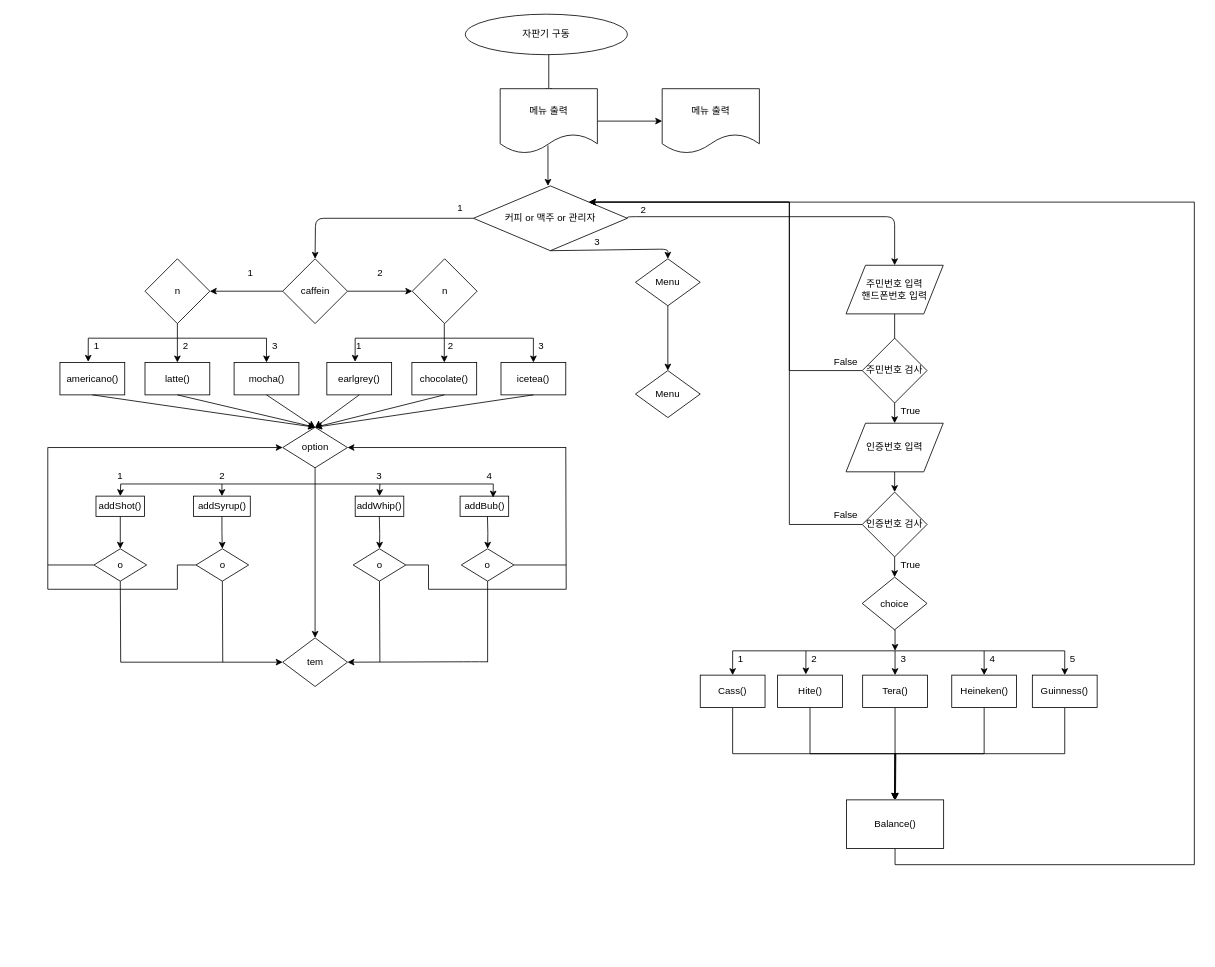
Earlier version of the draw.io diagram Untitled Diagram.drawio (cch0618/bank-System-java-). Source tidied: cells renumbered, new cells numbered last; positions are measured from the earlier drawing's top-left corner, leaving out a move shared by most shapes. Both pictures are drawn from the tidied source at 81%, with x=0, y=0 at pixel (47, 14).
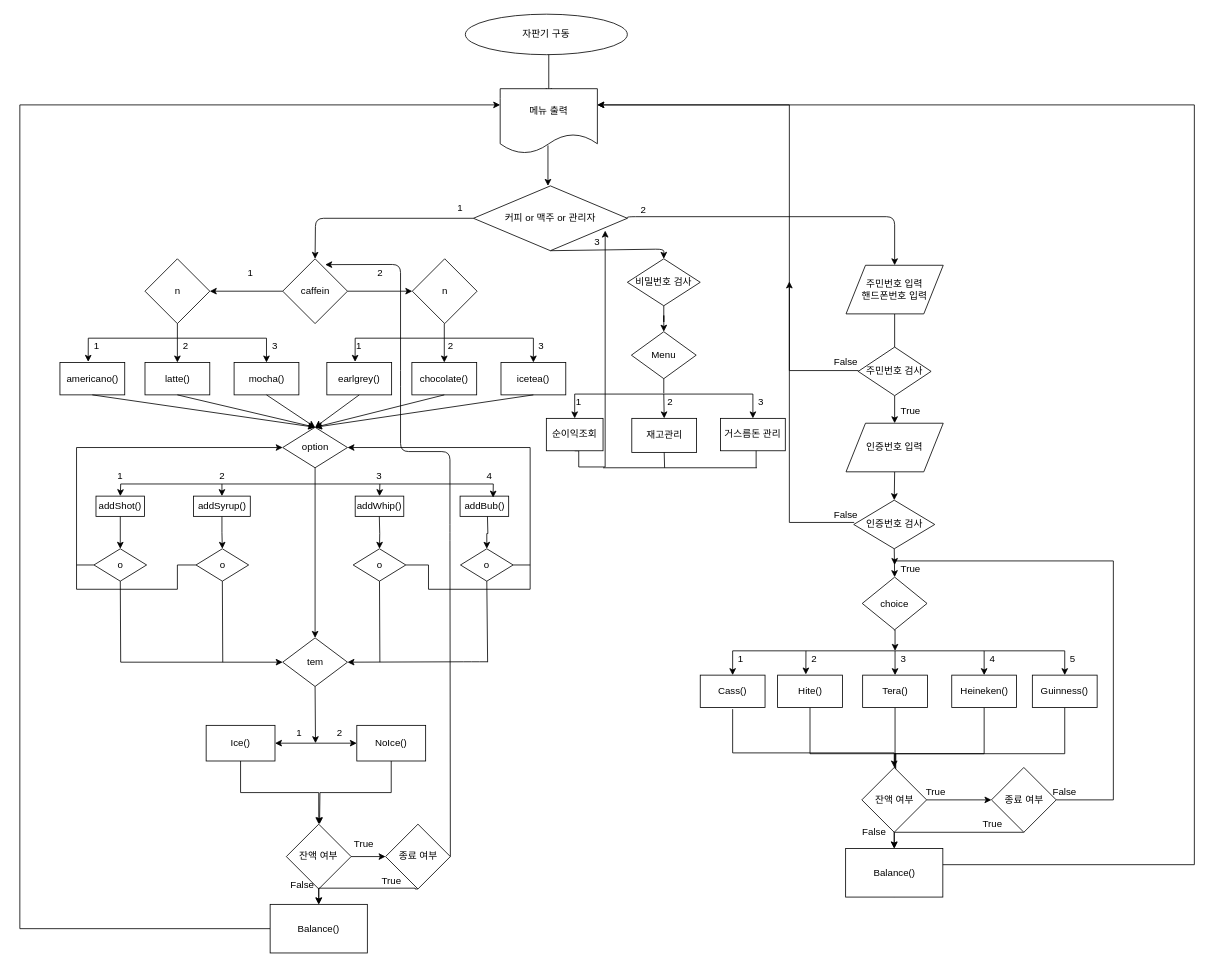
The same diagram, later.

The change refers to these unchanged cells:
```xml
<mxCell id="6" value="메뉴 출력" style="shape=document;whiteSpace=wrap;html=1;boundedLbl=1;" parent="1" vertex="1">
  <mxGeometry x="559" y="92" width="120" height="80" as="geometry" />
</mxCell>
<mxCell id="8" value="커피 or 맥주 or 관리자" style="rhombus;whiteSpace=wrap;html=1;" parent="1" vertex="1">
  <mxGeometry x="526" y="212" width="190" height="80" as="geometry" />
</mxCell>
<mxCell id="16" value="caffein" style="rhombus;whiteSpace=wrap;html=1;" parent="1" vertex="1">
  <mxGeometry x="290.5" y="302" width="80" height="80" as="geometry" />
</mxCell>
<mxCell id="37" value="option" style="rhombus;whiteSpace=wrap;html=1;" parent="1" vertex="1">
  <mxGeometry x="290.5" y="510" width="80" height="50" as="geometry" />
</mxCell>
<mxCell id="56" value="tem" style="rhombus;whiteSpace=wrap;html=1;" parent="1" vertex="1">
  <mxGeometry x="290.5" y="770" width="80" height="60" as="geometry" />
</mxCell>
<mxCell id="67" value="o" style="rhombus;whiteSpace=wrap;html=1;" parent="1" vertex="1">
  <mxGeometry x="57.5" y="660" width="65" height="40" as="geometry" />
</mxCell>
<mxCell id="109" value="False" style="text;html=1;strokeColor=none;fillColor=none;align=center;verticalAlign=middle;whiteSpace=wrap;rounded=0;" parent="1" vertex="1">
  <mxGeometry x="966" y="607.5" width="40" height="20" as="geometry" />
</mxCell>
<mxCell id="130" value="Cass()" style="rounded=0;whiteSpace=wrap;html=1;" parent="1" vertex="1">
  <mxGeometry x="806" y="816" width="80" height="40" as="geometry" />
</mxCell>
```

Change to the diagram source:
```diff
@@
-    <mxCell id="5" style="edgeStyle=orthogonalEdgeStyle;rounded=0;jettySize=auto;html=1;" parent="1" edge="1" source="6" target="7">
-      <mxGeometry relative="1" as="geometry" />
-    </mxCell>
@@
-    <mxCell id="7" value="메뉴 출력" style="shape=document;whiteSpace=wrap;html=1;boundedLbl=1;" parent="1" vertex="1">
-      <mxGeometry x="759" y="92" width="120" height="80" as="geometry" />
-    </mxCell>
@@
     <mxCell id="72" value="o" style="rhombus;whiteSpace=wrap;html=1;" parent="1" vertex="1">
-      <mxGeometry x="511" y="660" width="65" height="40" as="geometry" />
+      <mxGeometry x="510" y="660" width="65" height="40" as="geometry" />
     </mxCell>
     <mxCell id="73" style="endArrow=none;html=1;" parent="1" edge="1">
       <mxGeometry relative="1" as="geometry">
-        <mxPoint x="0.5" y="680" as="sourcePoint" />
-        <mxPoint x="0.5" y="535" as="targetPoint" />
+        <mxPoint x="36" y="680" as="sourcePoint" />
+        <mxPoint x="36" y="535" as="targetPoint" />
       </mxGeometry>
     </mxCell>
     <mxCell id="74" style="endArrow=none;html=1;entryX=0;entryY=0.5;entryDx=0;entryDy=0;" parent="1" edge="1" target="67">
       <mxGeometry relative="1" as="geometry">
-        <mxPoint x="0.5" y="680" as="sourcePoint" />
+        <mxPoint x="36" y="680" as="sourcePoint" />
       </mxGeometry>
     </mxCell>
@@
     <mxCell id="77" style="endArrow=none;html=1;" parent="1" edge="1">
       <mxGeometry relative="1" as="geometry">
-        <mxPoint x="0.5" y="710" as="sourcePoint" />
+        <mxPoint x="36" y="710" as="sourcePoint" />
         <mxPoint x="160.5" y="710" as="targetPoint" />
       </mxGeometry>
     </mxCell>
     <mxCell id="78" style="endArrow=none;html=1;" parent="1" edge="1">
       <mxGeometry relative="1" as="geometry">
-        <mxPoint x="0.5" y="710" as="sourcePoint" />
-        <mxPoint x="0.5" y="680" as="targetPoint" />
+        <mxPoint x="36" y="710" as="sourcePoint" />
+        <mxPoint x="36" y="680" as="targetPoint" />
       </mxGeometry>
     </mxCell>
     <mxCell id="79" style="endArrow=none;html=1;" parent="1" edge="1">
       <mxGeometry relative="1" as="geometry">
-        <mxPoint x="640.5" y="710" as="sourcePoint" />
-        <mxPoint x="640" y="535" as="targetPoint" />
+        <mxPoint x="596" y="710" as="sourcePoint" />
+        <mxPoint x="596" y="535" as="targetPoint" />
       </mxGeometry>
     </mxCell>
     <mxCell id="80" style="endArrow=none;html=1;exitX=1;exitY=0.5;exitDx=0;exitDy=0;" parent="1" edge="1" source="72">
       <mxGeometry relative="1" as="geometry">
-        <mxPoint x="640.5" y="680" as="targetPoint" />
+        <mxPoint x="596" y="680" as="targetPoint" />
       </mxGeometry>
     </mxCell>
@@
     <mxCell id="83" style="endArrow=none;html=1;" parent="1" edge="1">
       <mxGeometry relative="1" as="geometry">
         <mxPoint x="470.5" y="710" as="sourcePoint" />
-        <mxPoint x="640.5" y="710" as="targetPoint" />
+        <mxPoint x="596" y="710" as="targetPoint" />
       </mxGeometry>
     </mxCell>
@@
     <mxCell id="86" style="endArrow=classic;html=1;entryX=0;entryY=0.5;entryDx=0;entryDy=0;" parent="1" edge="1" target="37">
       <mxGeometry relative="1" as="geometry">
-        <mxPoint x="0.5" y="535" as="sourcePoint" />
+        <mxPoint x="36" y="535" as="sourcePoint" />
       </mxGeometry>
     </mxCell>
     <mxCell id="87" style="endArrow=classic;html=1;entryX=1;entryY=0.5;entryDx=0;entryDy=0;" parent="1" edge="1" target="37">
       <mxGeometry relative="1" as="geometry">
-        <mxPoint x="640.5" y="535" as="sourcePoint" />
+        <mxPoint x="596" y="535" as="sourcePoint" />
       </mxGeometry>
     </mxCell>
@@
-    <mxCell id="93" value="Menu" style="rhombus;whiteSpace=wrap;html=1;" parent="1" vertex="1">
-      <mxGeometry x="726" y="302" width="80" height="58" as="geometry" />
+    <mxCell id="93" value="비밀번호 검사" style="rhombus;whiteSpace=wrap;html=1;" parent="1" vertex="1">
+      <mxGeometry x="716" y="302" width="90" height="58" as="geometry" />
     </mxCell>
     <mxCell id="94" value="Menu" style="rhombus;whiteSpace=wrap;html=1;" parent="1" vertex="1">
-      <mxGeometry x="726" y="440" width="80" height="58" as="geometry" />
+      <mxGeometry x="721" y="392" width="80" height="58" as="geometry" />
     </mxCell>
     <mxCell id="95" style="endArrow=classic;html=1;exitX=0.5;exitY=1;exitDx=0;exitDy=0;entryX=0.5;entryY=0;entryDx=0;entryDy=0;" parent="1" edge="1" source="8" target="93">
       <mxGeometry relative="1" as="geometry">
         <Array as="points">
-          <mxPoint x="766" y="290" />
+          <mxPoint x="761" y="290" />
         </Array>
       </mxGeometry>
     </mxCell>
@@
-    <mxCell id="101" style="edgeStyle=orthogonalEdgeStyle;rounded=0;jettySize=auto;html=1;exitX=0;exitY=0.5;exitDx=0;exitDy=0;entryX=1;entryY=0;entryDx=0;entryDy=0;" parent="1" edge="1" source="102" target="8">
+    <mxCell id="101" style="edgeStyle=orthogonalEdgeStyle;rounded=0;jettySize=auto;html=1;exitX=0;exitY=0.5;exitDx=0;exitDy=0;entryX=1;entryY=0.25;entryDx=0;entryDy=0;" parent="1" edge="1" source="102" target="6">
       <mxGeometry relative="1" as="geometry">
         <Array as="points">
+          <mxPoint x="1001" y="440" />
           <mxPoint x="916" y="440" />
-          <mxPoint x="916" y="232" />
+          <mxPoint x="916" y="112" />
         </Array>
       </mxGeometry>
     </mxCell>
     <mxCell id="102" value="주민번호 검사" style="rhombus;whiteSpace=wrap;html=1;" parent="1" vertex="1">
-      <mxGeometry x="1006" y="400" width="80" height="80" as="geometry" />
+      <mxGeometry x="1001" y="411" width="90" height="60" as="geometry" />
     </mxCell>
-    <mxCell id="103" style="edgeStyle=orthogonalEdgeStyle;rounded=0;jettySize=auto;html=1;exitX=0;exitY=0.5;exitDx=0;exitDy=0;entryX=1;entryY=0;entryDx=0;entryDy=0;" parent="1" edge="1" source="105" target="8">
-      <mxGeometry relative="1" as="geometry">
-        <Array as="points">
-          <mxPoint x="916" y="630" />
-          <mxPoint x="916" y="232" />
-        </Array>
-      </mxGeometry>
-    </mxCell>
@@
     <mxCell id="105" value="인증번호 검사" style="rhombus;whiteSpace=wrap;html=1;" parent="1" vertex="1">
-      <mxGeometry x="1006" y="590" width="80" height="80" as="geometry" />
+      <mxGeometry x="995.5" y="600" width="100" height="60" as="geometry" />
     </mxCell>
@@
+    <mxCell id="142" style="edgeStyle=orthogonalEdgeStyle;rounded=0;jettySize=auto;html=1;exitX=0.75;exitY=1;exitDx=0;exitDy=0;" parent="1" edge="1" source="109">
+      <mxGeometry relative="1" as="geometry">
+        <mxPoint x="916" y="330" as="targetPoint" />
+        <Array as="points">
+          <mxPoint x="916" y="628" />
+        </Array>
+      </mxGeometry>
+    </mxCell>
@@
     <mxCell id="111" value="True" style="text;html=1;strokeColor=none;fillColor=none;align=center;verticalAlign=middle;whiteSpace=wrap;rounded=0;" parent="1" vertex="1">
-      <mxGeometry x="1046" y="670" width="40" height="20" as="geometry" />
+      <mxGeometry x="1046" y="675" width="40" height="20" as="geometry" />
     </mxCell>
@@
-    <mxCell id="129" style="edgeStyle=orthogonalEdgeStyle;rounded=0;jettySize=auto;html=1;exitX=0.5;exitY=1;exitDx=0;exitDy=0;entryX=0.5;entryY=0;entryDx=0;entryDy=0;" parent="1" edge="1" source="130" target="141">
+    <mxCell id="129" style="edgeStyle=orthogonalEdgeStyle;rounded=0;jettySize=auto;html=1;exitX=0.5;exitY=1;exitDx=0;exitDy=0;entryX=0.5;entryY=0;entryDx=0;entryDy=0;" parent="1" edge="1" source="144" target="141">
       <mxGeometry relative="1" as="geometry" />
     </mxCell>
@@
-    <mxCell id="140" style="edgeStyle=orthogonalEdgeStyle;rounded=0;jettySize=auto;html=1;exitX=0.5;exitY=1;exitDx=0;exitDy=0;entryX=1;entryY=0;entryDx=0;entryDy=0;" parent="1" edge="1" source="141" target="8">
+    <mxCell id="140" style="edgeStyle=orthogonalEdgeStyle;rounded=0;jettySize=auto;html=1;exitX=0.5;exitY=1;exitDx=0;exitDy=0;entryX=1;entryY=0.25;entryDx=0;entryDy=0;" parent="1" edge="1" source="141" target="6">
       <mxGeometry relative="1" as="geometry">
         <Array as="points">
-          <mxPoint x="1047" y="1050" />
+          <mxPoint x="1046" y="1050" />
           <mxPoint x="1416" y="1050" />
-          <mxPoint x="1416" y="232" />
+          <mxPoint x="1416" y="112" />
         </Array>
       </mxGeometry>
     </mxCell>
     <mxCell id="141" value="Balance()" style="rounded=0;whiteSpace=wrap;html=1;" parent="1" vertex="1">
-      <mxGeometry x="986.5" y="970" width="120" height="60" as="geometry" />
+      <mxGeometry x="985.5" y="1030" width="120" height="60" as="geometry" />
     </mxCell>
+    <mxCell id="143" style="edgeStyle=orthogonalEdgeStyle;rounded=0;jettySize=auto;html=1;" parent="1" edge="1" source="144" target="147">
+      <mxGeometry relative="1" as="geometry" />
+    </mxCell>
+    <mxCell id="144" value="잔액 여부" style="rhombus;whiteSpace=wrap;html=1;" parent="1" vertex="1">
+      <mxGeometry x="1005.5" y="930" width="80" height="80" as="geometry" />
+    </mxCell>
+    <mxCell id="145" style="edgeStyle=orthogonalEdgeStyle;rounded=0;jettySize=auto;html=1;exitX=0.5;exitY=1;exitDx=0;exitDy=0;entryX=0.5;entryY=0;entryDx=0;entryDy=0;" parent="1" edge="1" source="147" target="141">
+      <mxGeometry relative="1" as="geometry">
+        <Array as="points">
+          <mxPoint x="1046" y="1010" />
+        </Array>
+      </mxGeometry>
+    </mxCell>
+    <mxCell id="146" style="edgeStyle=orthogonalEdgeStyle;rounded=0;jettySize=auto;html=1;exitX=1;exitY=0.5;exitDx=0;exitDy=0;entryX=0;entryY=0.25;entryDx=0;entryDy=0;" parent="1" edge="1" source="147" target="111">
+      <mxGeometry relative="1" as="geometry">
+        <Array as="points">
+          <mxPoint x="1316" y="970" />
+          <mxPoint x="1316" y="675" />
+        </Array>
+      </mxGeometry>
+    </mxCell>
+    <mxCell id="147" value="종료 여부" style="rhombus;whiteSpace=wrap;html=1;" parent="1" vertex="1">
+      <mxGeometry x="1165.5" y="930" width="80" height="80" as="geometry" />
+    </mxCell>
+    <mxCell id="148" style="edgeStyle=orthogonalEdgeStyle;rounded=0;jettySize=auto;html=1;exitX=0.5;exitY=1;exitDx=0;exitDy=0;entryX=0.5;entryY=0;entryDx=0;entryDy=0;" parent="1" edge="1" target="144">
+      <mxGeometry relative="1" as="geometry">
+        <mxPoint x="846" y="858" as="sourcePoint" />
+        <Array as="points">
+          <mxPoint x="846" y="912" />
+          <mxPoint x="1046" y="912" />
+        </Array>
+      </mxGeometry>
+    </mxCell>
+    <mxCell id="149" value="False" style="text;html=1;strokeColor=none;fillColor=none;align=center;verticalAlign=middle;whiteSpace=wrap;rounded=0;" parent="1" vertex="1">
+      <mxGeometry x="1001" y="1000" width="40" height="20" as="geometry" />
+    </mxCell>
+    <mxCell id="150" value="True" style="text;html=1;strokeColor=none;fillColor=none;align=center;verticalAlign=middle;whiteSpace=wrap;rounded=0;" parent="1" vertex="1">
+      <mxGeometry x="1076.5" y="950" width="40" height="20" as="geometry" />
+    </mxCell>
+    <mxCell id="151" value="True" style="text;html=1;strokeColor=none;fillColor=none;align=center;verticalAlign=middle;whiteSpace=wrap;rounded=0;" parent="1" vertex="1">
+      <mxGeometry x="1146.5" y="990" width="40" height="20" as="geometry" />
+    </mxCell>
+    <mxCell id="152" value="False" style="text;html=1;strokeColor=none;fillColor=none;align=center;verticalAlign=middle;whiteSpace=wrap;rounded=0;" parent="1" vertex="1">
+      <mxGeometry x="1236" y="950" width="40" height="20" as="geometry" />
+    </mxCell>
+    <mxCell id="153" style="edgeStyle=elbowEdgeStyle;elbow=vertical;endArrow=classic;html=1;exitX=0.5;exitY=1;exitDx=0;exitDy=0;entryX=0.5;entryY=1;entryDx=0;entryDy=0;" parent="1" edge="1">
+      <mxGeometry relative="1" as="geometry">
+        <mxPoint x="891" y="461" as="sourcePoint" />
+        <mxPoint x="891" y="461" as="targetPoint" />
+      </mxGeometry>
+    </mxCell>
+    <mxCell id="154" style="edgeStyle=orthogonalEdgeStyle;rounded=0;jettySize=auto;html=1;exitX=0.5;exitY=1;exitDx=0;exitDy=0;entryX=0.856;entryY=0.69;entryDx=0;entryDy=0;entryPerimeter=0;" parent="1" edge="1" source="155" target="8">
+      <mxGeometry relative="1" as="geometry">
+        <Array as="points">
+          <mxPoint x="656" y="559" />
+          <mxPoint x="689" y="559" />
+        </Array>
+      </mxGeometry>
+    </mxCell>
+    <mxCell id="155" value="순이익조회" style="rounded=0;whiteSpace=wrap;html=1;" parent="1" vertex="1">
+      <mxGeometry x="616" y="499" width="70" height="40" as="geometry" />
+    </mxCell>
+    <mxCell id="156" style="endArrow=none;html=1;" parent="1" edge="1">
+      <mxGeometry relative="1" as="geometry">
+        <mxPoint x="651" y="469" as="sourcePoint" />
+        <mxPoint x="871" y="469" as="targetPoint" />
+      </mxGeometry>
+    </mxCell>
+    <mxCell id="157" style="endArrow=none;html=1;entryX=0.5;entryY=1;entryDx=0;entryDy=0;" parent="1" edge="1">
+      <mxGeometry relative="1" as="geometry">
+        <mxPoint x="761" y="468" as="sourcePoint" />
+        <mxPoint x="761" y="450" as="targetPoint" />
+      </mxGeometry>
+    </mxCell>
+    <mxCell id="158" value="재고관리" style="rounded=0;whiteSpace=wrap;html=1;" parent="1" vertex="1">
+      <mxGeometry x="721.5" y="499" width="80" height="42" as="geometry" />
+    </mxCell>
+    <mxCell id="159" value="거스름돈 관리" style="rounded=0;whiteSpace=wrap;html=1;" parent="1" vertex="1">
+      <mxGeometry x="831" y="499" width="80" height="40" as="geometry" />
+    </mxCell>
+    <mxCell id="160" style="endArrow=classic;html=1;entryX=0.5;entryY=0;entryDx=0;entryDy=0;" parent="1" edge="1" target="155">
+      <mxGeometry relative="1" as="geometry">
+        <mxPoint x="651" y="469" as="sourcePoint" />
+      </mxGeometry>
+    </mxCell>
+    <mxCell id="161" style="endArrow=classic;html=1;entryX=0.5;entryY=0;entryDx=0;entryDy=0;" parent="1" edge="1" target="158">
+      <mxGeometry relative="1" as="geometry">
+        <mxPoint x="761" y="469" as="sourcePoint" />
+      </mxGeometry>
+    </mxCell>
+    <mxCell id="162" style="endArrow=classic;html=1;entryX=0.5;entryY=0;entryDx=0;entryDy=0;" parent="1" edge="1" target="159">
+      <mxGeometry relative="1" as="geometry">
+        <mxPoint x="871" y="469" as="sourcePoint" />
+      </mxGeometry>
+    </mxCell>
+    <mxCell id="163" value="1" style="text;html=1;strokeColor=none;fillColor=none;align=center;verticalAlign=middle;whiteSpace=wrap;rounded=0;" parent="1" vertex="1">
+      <mxGeometry x="636" y="469" width="40" height="20" as="geometry" />
+    </mxCell>
+    <mxCell id="164" value="2" style="text;html=1;strokeColor=none;fillColor=none;align=center;verticalAlign=middle;whiteSpace=wrap;rounded=0;" parent="1" vertex="1">
+      <mxGeometry x="748.5" y="469" width="40" height="20" as="geometry" />
+    </mxCell>
+    <mxCell id="165" value="3" style="text;html=1;strokeColor=none;fillColor=none;align=center;verticalAlign=middle;whiteSpace=wrap;rounded=0;" parent="1" vertex="1">
+      <mxGeometry x="861" y="469" width="40" height="20" as="geometry" />
+    </mxCell>
+    <mxCell id="166" style="endArrow=none;html=1;" parent="1" edge="1">
+      <mxGeometry relative="1" as="geometry">
+        <mxPoint x="686" y="560" as="sourcePoint" />
+        <mxPoint x="876" y="560" as="targetPoint" />
+      </mxGeometry>
+    </mxCell>
+    <mxCell id="167" style="endArrow=none;html=1;entryX=0.5;entryY=1;entryDx=0;entryDy=0;" parent="1" edge="1" target="158">
+      <mxGeometry relative="1" as="geometry">
+        <mxPoint x="762" y="560" as="sourcePoint" />
+      </mxGeometry>
+    </mxCell>
+    <mxCell id="168" style="endArrow=none;html=1;entryX=0.5;entryY=1;entryDx=0;entryDy=0;" parent="1" edge="1">
+      <mxGeometry relative="1" as="geometry">
+        <mxPoint x="875" y="560" as="sourcePoint" />
+        <mxPoint x="875" y="539" as="targetPoint" />
+      </mxGeometry>
+    </mxCell>
+    <mxCell id="169" style="edgeStyle=orthogonalEdgeStyle;rounded=0;jettySize=auto;html=1;exitX=0.5;exitY=1;exitDx=0;exitDy=0;entryX=0.5;entryY=0;entryDx=0;entryDy=0;" parent="1" edge="1" source="170" target="178">
+      <mxGeometry relative="1" as="geometry" />
+    </mxCell>
+    <mxCell id="170" value="Ice()" style="rounded=0;whiteSpace=wrap;html=1;" parent="1" vertex="1">
+      <mxGeometry x="196" y="878" width="85" height="44" as="geometry" />
+    </mxCell>
+    <mxCell id="171" style="edgeStyle=orthogonalEdgeStyle;rounded=0;jettySize=auto;html=1;exitX=0.5;exitY=1;exitDx=0;exitDy=0;" parent="1" edge="1" source="172">
+      <mxGeometry relative="1" as="geometry">
+        <mxPoint x="336" y="1000" as="targetPoint" />
+      </mxGeometry>
+    </mxCell>
+    <mxCell id="172" value="NoIce()" style="rounded=0;whiteSpace=wrap;html=1;" parent="1" vertex="1">
+      <mxGeometry x="382" y="878" width="85" height="44" as="geometry" />
+    </mxCell>
+    <mxCell id="173" style="endArrow=classic;html=1;exitX=0.5;exitY=1;exitDx=0;exitDy=0;" parent="1" edge="1" source="56">
+      <mxGeometry relative="1" as="geometry">
+        <mxPoint x="331" y="900" as="targetPoint" />
+      </mxGeometry>
+    </mxCell>
+    <mxCell id="174" style="endArrow=classic;startArrow=classic;html=1;entryX=0;entryY=0.5;entryDx=0;entryDy=0;exitX=1;exitY=0.5;exitDx=0;exitDy=0;" parent="1" edge="1" source="170" target="172">
+      <mxGeometry relative="1" as="geometry" />
+    </mxCell>
+    <mxCell id="175" value="1" style="text;html=1;strokeColor=none;fillColor=none;align=center;verticalAlign=middle;whiteSpace=wrap;rounded=0;" parent="1" vertex="1">
+      <mxGeometry x="290.5" y="878" width="40" height="20" as="geometry" />
+    </mxCell>
+    <mxCell id="176" value="2" style="text;html=1;strokeColor=none;fillColor=none;align=center;verticalAlign=middle;whiteSpace=wrap;rounded=0;" parent="1" vertex="1">
+      <mxGeometry x="340.5" y="878" width="40" height="20" as="geometry" />
+    </mxCell>
+    <mxCell id="177" style="edgeStyle=orthogonalEdgeStyle;rounded=0;jettySize=auto;html=1;" parent="1" edge="1" source="178" target="180">
+      <mxGeometry relative="1" as="geometry" />
+    </mxCell>
+    <mxCell id="178" value="잔액 여부" style="rhombus;whiteSpace=wrap;html=1;" parent="1" vertex="1">
+      <mxGeometry x="295" y="1000" width="80" height="80" as="geometry" />
+    </mxCell>
+    <mxCell id="179" style="edgeStyle=orthogonalEdgeStyle;rounded=0;jettySize=auto;html=1;exitX=0.5;exitY=1;exitDx=0;exitDy=0;entryX=0.5;entryY=0;entryDx=0;entryDy=0;" parent="1" edge="1" source="180" target="186">
+      <mxGeometry relative="1" as="geometry">
+        <Array as="points">
+          <mxPoint x="454" y="1079" />
+          <mxPoint x="335" y="1079" />
+        </Array>
+      </mxGeometry>
+    </mxCell>
+    <mxCell id="180" value="종료 여부" style="rhombus;whiteSpace=wrap;html=1;" parent="1" vertex="1">
+      <mxGeometry x="417.5" y="1000" width="80" height="80" as="geometry" />
+    </mxCell>
+    <mxCell id="181" style="edgeStyle=orthogonalEdgeStyle;rounded=0;jettySize=auto;html=1;exitX=1;exitY=0.75;exitDx=0;exitDy=0;entryX=0.5;entryY=0;entryDx=0;entryDy=0;" parent="1" edge="1" source="182" target="186">
+      <mxGeometry relative="1" as="geometry" />
+    </mxCell>
+    <mxCell id="182" value="False" style="text;html=1;strokeColor=none;fillColor=none;align=center;verticalAlign=middle;whiteSpace=wrap;rounded=0;" parent="1" vertex="1">
+      <mxGeometry x="295" y="1065" width="40" height="20" as="geometry" />
+    </mxCell>
+    <mxCell id="183" value="True" style="text;html=1;strokeColor=none;fillColor=none;align=center;verticalAlign=middle;whiteSpace=wrap;rounded=0;" parent="1" vertex="1">
+      <mxGeometry x="370.5" y="1015" width="40" height="20" as="geometry" />
+    </mxCell>
+    <mxCell id="184" value="True" style="text;html=1;strokeColor=none;fillColor=none;align=center;verticalAlign=middle;whiteSpace=wrap;rounded=0;" parent="1" vertex="1">
+      <mxGeometry x="404.5" y="1060" width="40" height="20" as="geometry" />
+    </mxCell>
+    <mxCell id="185" style="edgeStyle=orthogonalEdgeStyle;rounded=0;jettySize=auto;html=1;exitX=0;exitY=0.5;exitDx=0;exitDy=0;entryX=0;entryY=0.25;entryDx=0;entryDy=0;" parent="1" edge="1" source="186" target="6">
+      <mxGeometry relative="1" as="geometry">
+        <Array as="points">
+          <mxPoint x="-34" y="1129" />
+          <mxPoint x="-34" y="112" />
+        </Array>
+      </mxGeometry>
+    </mxCell>
+    <mxCell id="186" value="Balance()" style="rounded=0;whiteSpace=wrap;html=1;" parent="1" vertex="1">
+      <mxGeometry x="275" y="1099" width="120" height="60" as="geometry" />
+    </mxCell>
+    <mxCell id="187" style="endArrow=classic;html=1;exitX=1;exitY=0.5;exitDx=0;exitDy=0;entryX=0.656;entryY=0.09;entryDx=0;entryDy=0;entryPerimeter=0;" parent="1" edge="1" source="180" target="16">
+      <mxGeometry relative="1" as="geometry">
+        <Array as="points">
+          <mxPoint x="497" y="640" />
+          <mxPoint x="497" y="540" />
+          <mxPoint x="436" y="540" />
+          <mxPoint x="436" y="450" />
+          <mxPoint x="436" y="309" />
+        </Array>
+      </mxGeometry>
+    </mxCell>
```
